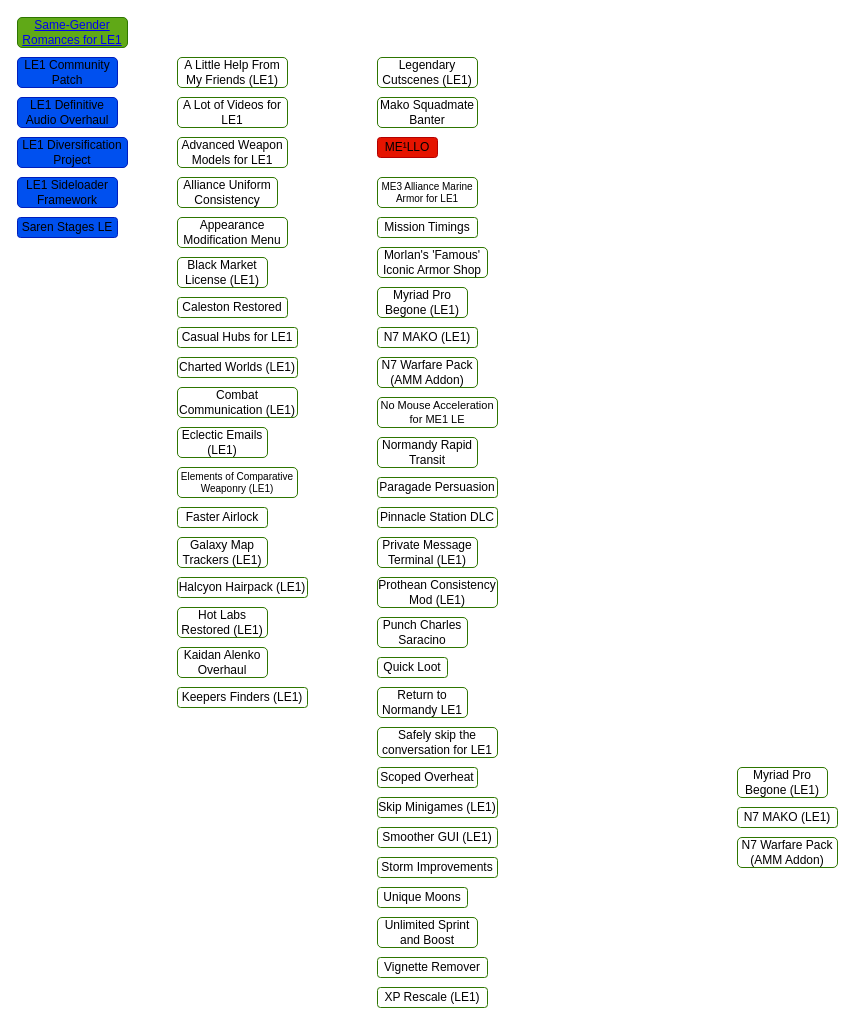
Lex-DRL/draw.io-public keeps this draw.io diagram as ME-LE-mods.drawio. Above is the earlier version. Source tidied: cells renumbered, new cells numbered last; positions are measured from the earlier drawing's top-left corner, leaving out a move shared by most shapes. Both pictures are drawn from the tidied source at 100%, with x=0, y=0 at pixel (17, 17).
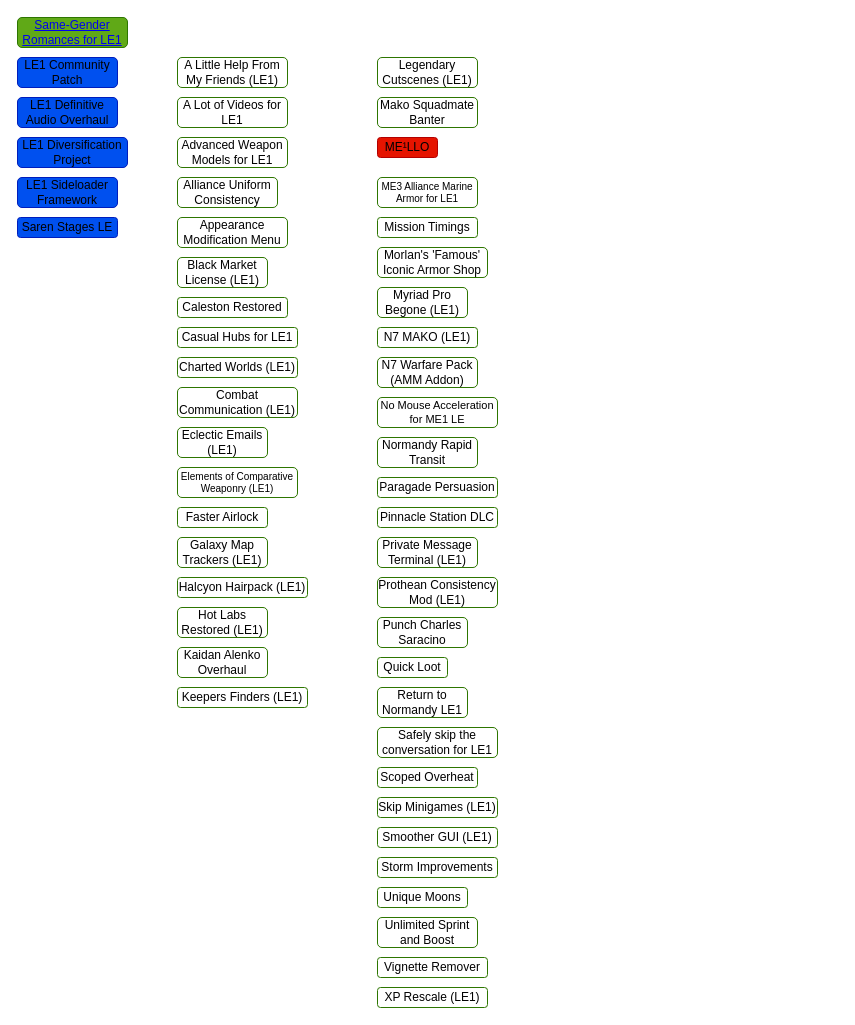
The same diagram, later.

Diff of the diagram source:
```diff
@@
-    <mxCell id="52" value="N7 Warfare Pack (AMM Addon)" style="rounded=1;whiteSpace=wrap;html=1;fillColor=none;fontColor=default;strokeColor=#2D7600;" parent="1" vertex="1">
-      <mxGeometry x="720" y="820" width="100" height="30" as="geometry" />
-    </mxCell>
@@
-    <mxCell id="54" value="N7 MAKO (LE1)" style="rounded=1;whiteSpace=wrap;html=1;fillColor=none;fontColor=default;strokeColor=#2D7600;" parent="1" vertex="1">
-      <mxGeometry x="720" y="790" width="100" height="20" as="geometry" />
-    </mxCell>
-    <mxCell id="55" value="Myriad Pro Begone (LE1)" style="rounded=1;whiteSpace=wrap;html=1;fillColor=none;fontColor=default;strokeColor=#2D7600;" parent="1" vertex="1">
-      <mxGeometry x="720" y="750" width="90" height="30" as="geometry" />
-    </mxCell>
```
